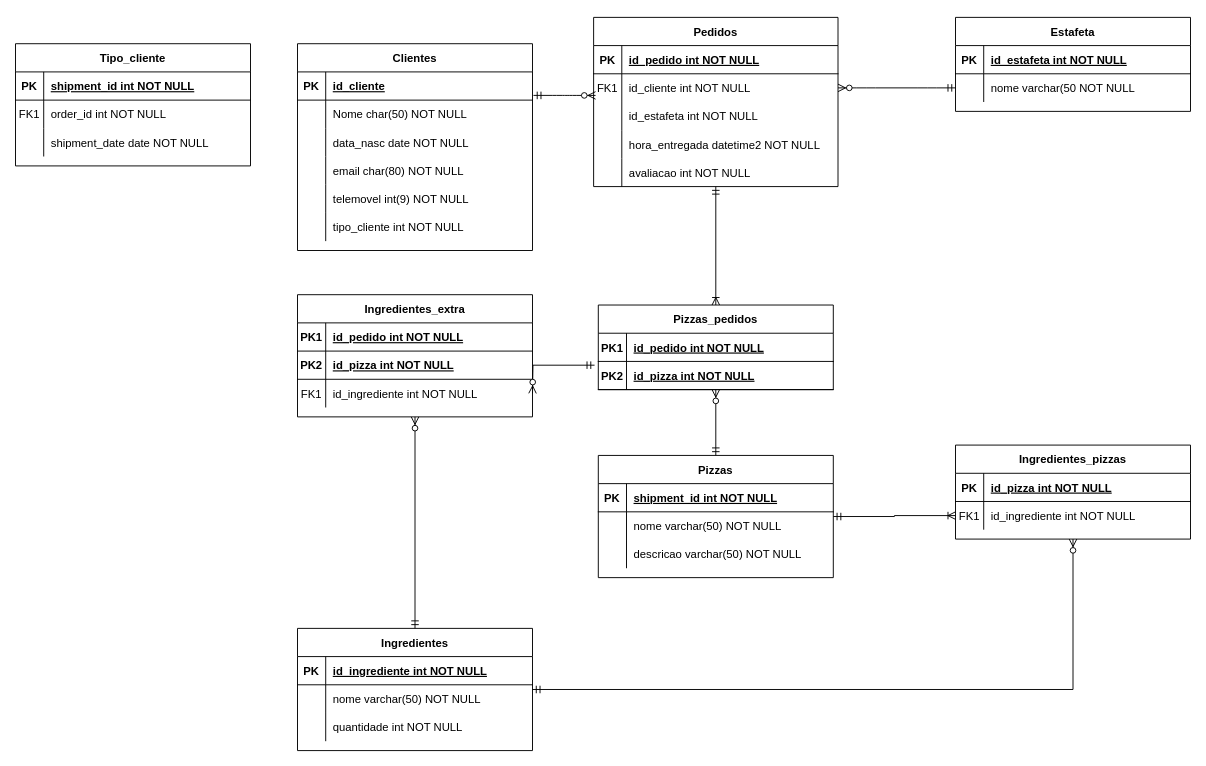
joaopereira7717/angularFreshStart keeps this draw.io diagram as Untitled Diagram.drawio. Above is the earlier version. Source tidied: cells renumbered, new cells numbered last; positions are measured from the earlier drawing's top-left corner, leaving out a move shared by most shapes. Both pictures are drawn from the tidied source at 94%, with x=0, y=0 at pixel (15, 17).
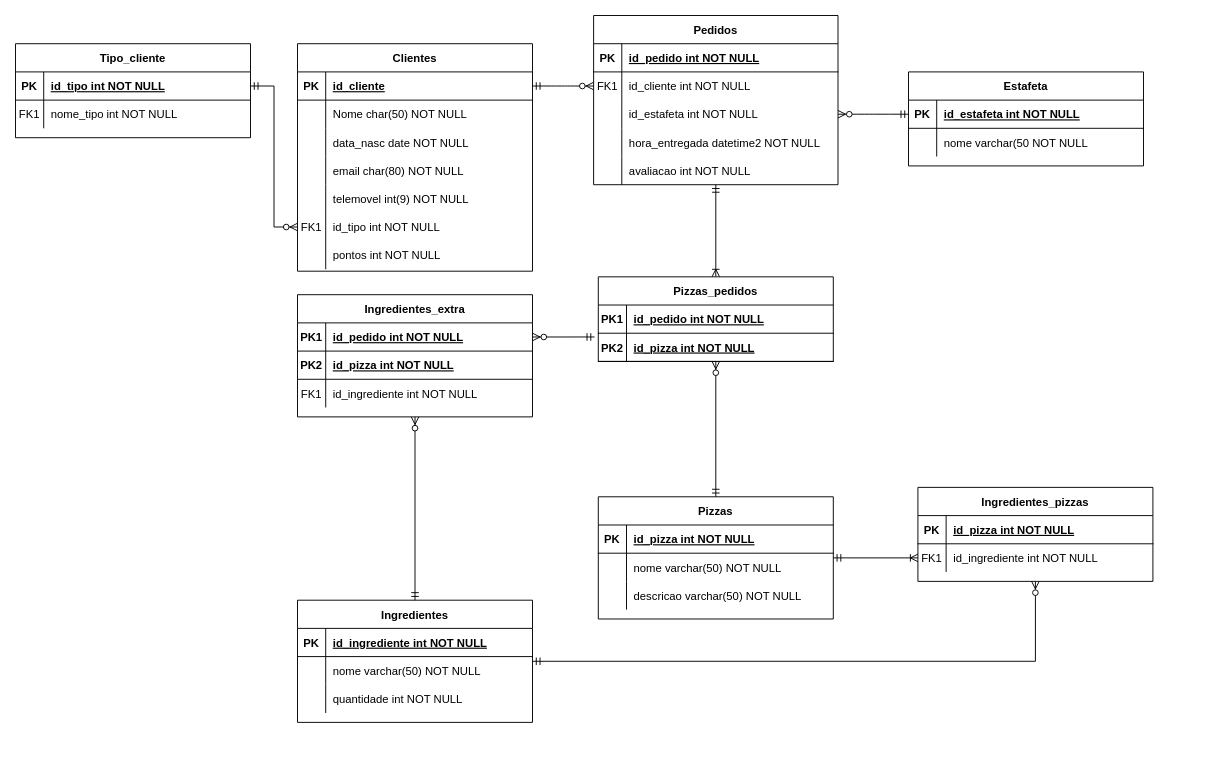
After the change.

Unchanged cells that the change refers to:
```xml
<mxCell id="7" style="shape=partialRectangle;fillColor=none;points=[[0,0.5],[1,0.5]];portConstraint=eastwest;top=0;left=0;right=0;bottom=0;" parent="3" vertex="1">
  <mxGeometry y="60" width="260" height="30" as="geometry" />
</mxCell>
<mxCell id="10" style="shape=partialRectangle;fillColor=none;points=[[0,0.5],[1,0.5]];portConstraint=eastwest;top=0;left=0;right=0;bottom=0;" parent="3" vertex="1">
  <mxGeometry y="90" width="260" height="30" as="geometry" />
</mxCell>
<mxCell id="20" style="shape=partialRectangle;fillColor=none;top=0;left=0;right=0;bottom=1;" parent="19" vertex="1">
  <mxGeometry y="30" width="250" height="30" as="geometry" />
</mxCell>
<mxCell id="30" style="shape=partialRectangle;fillColor=none;points=[[0,0.5],[1,0.5]];portConstraint=eastwest;top=0;left=0;right=0;bottom=1;" parent="29" vertex="1">
  <mxGeometry y="30" width="250" height="30" as="geometry" />
</mxCell>
<mxCell id="45" style="shape=partialRectangle;fillColor=none;points=[[0,0.5],[1,0.5]];portConstraint=eastwest;top=0;left=0;right=0;bottom=0;" parent="29" vertex="1">
  <mxGeometry y="180" width="250" height="30" as="geometry" />
</mxCell>
<mxCell id="49" style="shape=partialRectangle;fillColor=none;points=[[0,0.5],[1,0.5]];portConstraint=eastwest;top=0;left=0;right=0;bottom=1;" parent="48" vertex="1">
  <mxGeometry y="30" width="250" height="30" as="geometry" />
</mxCell>
<mxCell id="52" style="shape=partialRectangle;fillColor=none;points=[[0,0.5],[1,0.5]];portConstraint=eastwest;top=0;left=0;right=0;bottom=0;" parent="48" vertex="1">
  <mxGeometry y="60" width="250" height="30" as="geometry" />
</mxCell>
<mxCell id="68" style="shape=partialRectangle;fillColor=none;points=[[0,0.5],[1,0.5]];portConstraint=eastwest;top=0;left=0;right=0;bottom=1;" parent="67" vertex="1">
  <mxGeometry y="30" width="250" height="30" as="geometry" />
</mxCell>
<mxCell id="83" style="shape=partialRectangle;fillColor=none;points=[[0,0.5],[1,0.5]];portConstraint=eastwest;top=0;left=0;right=0;bottom=1;" parent="79" vertex="1">
  <mxGeometry y="60" width="250" height="30" as="geometry" />
</mxCell>
<mxCell id="97" style="shape=partialRectangle;fillColor=none;points=[[0,0.5],[1,0.5]];portConstraint=eastwest;top=0;left=0;right=0;bottom=1;" parent="96" vertex="1">
  <mxGeometry y="30" width="250" height="30" as="geometry" />
</mxCell>
<mxCell id="100" style="shape=partialRectangle;fillColor=none;top=0;left=0;right=0;bottom=0;" parent="96" vertex="1">
  <mxGeometry y="60" width="250" height="30" as="geometry" />
</mxCell>
```

Change to the diagram source:
```diff
@@
     <mxCell id="3" value="Pedidos" style="shape=table;startSize=30;childLayout=tableLayout;rowLines=0;fontStyle=1;align=center;" parent="1" vertex="1">
-      <mxGeometry x="615" width="260" height="180" as="geometry" />
+      <mxGeometry x="615" y="-2" width="260" height="180" as="geometry" />
     </mxCell>
@@
     <mxCell id="19" value="Pizzas" style="shape=table;startSize=30;childLayout=tableLayout;rowLines=0;fontStyle=1;align=center;" parent="1" vertex="1">
-      <mxGeometry x="620" y="466" width="250" height="130" as="geometry" />
+      <mxGeometry x="620" y="510" width="250" height="130" as="geometry" />
     </mxCell>
@@
-    <mxCell id="22" value="shipment_id int NOT NULL " style="shape=partialRectangle;overflow=hidden;fillColor=none;top=0;left=0;bottom=0;right=0;align=left;spacingLeft=6;fontStyle=5;" parent="20" vertex="1">
+    <mxCell id="22" value="id_pizza int NOT NULL " style="shape=partialRectangle;overflow=hidden;fillColor=none;top=0;left=0;bottom=0;right=0;align=left;spacingLeft=6;fontStyle=5;" parent="20" vertex="1">
       <mxGeometry x="30" width="220" height="30" as="geometry" />
     </mxCell>
@@
     <mxCell id="29" value="Clientes" style="shape=table;startSize=30;childLayout=tableLayout;rowLines=0;fontStyle=1;align=center;" parent="1" vertex="1">
-      <mxGeometry x="300" y="28" width="250" height="220" as="geometry" />
+      <mxGeometry x="300" y="28" width="250" height="242" as="geometry" />
     </mxCell>
@@
-    <mxCell id="46" style="shape=partialRectangle;overflow=hidden;fillColor=none;top=0;left=0;bottom=0;right=0;" parent="45" vertex="1">
+    <mxCell id="46" value="FK1" style="shape=partialRectangle;overflow=hidden;fillColor=none;top=0;left=0;bottom=0;right=0;" parent="45" vertex="1">
       <mxGeometry width="30" height="30" as="geometry" />
     </mxCell>
-    <mxCell id="47" value="tipo_cliente int NOT NULL" style="shape=partialRectangle;overflow=hidden;fillColor=none;top=0;left=0;bottom=0;right=0;align=left;spacingLeft=6;" parent="45" vertex="1">
+    <mxCell id="47" value="id_tipo int NOT NULL" style="shape=partialRectangle;overflow=hidden;fillColor=none;top=0;left=0;bottom=0;right=0;align=left;spacingLeft=6;" parent="45" vertex="1">
       <mxGeometry x="30" width="220" height="30" as="geometry" />
     </mxCell>
+    <mxCell id="106" style="shape=partialRectangle;fillColor=none;top=0;left=0;right=0;bottom=0;" parent="29" vertex="1">
+      <mxGeometry y="210" width="250" height="30" as="geometry" />
+    </mxCell>
+    <mxCell id="104" style="shape=partialRectangle;overflow=hidden;fillColor=none;top=0;left=0;bottom=0;right=0;" parent="106" vertex="1">
+      <mxGeometry width="30" height="30" as="geometry" />
+    </mxCell>
+    <mxCell id="107" value="pontos int NOT NULL" style="shape=partialRectangle;overflow=hidden;fillColor=none;top=0;left=0;bottom=0;right=0;align=left;spacingLeft=6;" parent="106" vertex="1">
+      <mxGeometry x="30" width="220" height="30" as="geometry" />
+    </mxCell>
     <mxCell id="48" value="Estafeta" style="shape=table;startSize=30;childLayout=tableLayout;rowLines=0;fontStyle=1;align=center;" parent="1" vertex="1">
-      <mxGeometry x="1000" width="250" height="100" as="geometry" />
+      <mxGeometry x="950" y="58" width="250" height="100" as="geometry" />
     </mxCell>
@@
     <mxCell id="56" value="Ingredientes" style="shape=table;startSize=30;childLayout=tableLayout;rowLines=0;fontStyle=1;align=center;" parent="1" vertex="1">
-      <mxGeometry x="300" y="650" width="250" height="130" as="geometry" />
+      <mxGeometry x="300" y="620" width="250" height="130" as="geometry" />
     </mxCell>
@@
-    <mxCell id="77" style="edgeStyle=entityRelationEdgeStyle;fontSize=12;html=1;endArrow=ERzeroToMany;entryX=1;entryY=0.5;entryDx=0;entryDy=0;startArrow=ERmandOne;startFill=0;endFill=1;" parent="1" edge="1" source="52" target="7">
+    <mxCell id="77" style="edgeStyle=entityRelationEdgeStyle;fontSize=12;html=1;endArrow=ERzeroToMany;entryX=1;entryY=0.5;entryDx=0;entryDy=0;startArrow=ERmandOne;startFill=0;endFill=1;exitX=0;exitY=0.5;exitDx=0;exitDy=0;" parent="1" edge="1" source="49" target="10">
       <mxGeometry relative="1" as="geometry" />
     </mxCell>
@@
     <mxCell id="79" value="Pizzas_pedidos" style="shape=table;startSize=30;childLayout=tableLayout;rowLines=0;fontStyle=1;align=center;" parent="1" vertex="1">
-      <mxGeometry x="620" y="306" width="250" height="90" as="geometry" />
+      <mxGeometry x="620" y="276" width="250" height="90" as="geometry" />
     </mxCell>
@@
-    <mxCell id="86" style="edgeStyle=entityRelationEdgeStyle;fontSize=12;html=1;endArrow=ERzeroToMany;startArrow=ERmandOne;entryX=0.008;entryY=0.767;entryDx=0;entryDy=0;entryPerimeter=0;exitX=1.004;exitY=0.833;exitDx=0;exitDy=0;exitPerimeter=0;endFill=1;" parent="1" edge="1" source="30" target="7">
+    <mxCell id="86" style="edgeStyle=entityRelationEdgeStyle;fontSize=12;html=1;endArrow=ERzeroToMany;startArrow=ERmandOne;entryX=0;entryY=0.5;entryDx=0;entryDy=0;exitX=1;exitY=0.5;exitDx=0;exitDy=0;endFill=1;" parent="1" edge="1" source="30" target="7">
       <mxGeometry relative="1" as="geometry" />
     </mxCell>
     <mxCell id="87" value="Ingredientes_pizzas" style="shape=table;startSize=30;childLayout=tableLayout;rowLines=0;fontStyle=1;align=center;" parent="1" vertex="1">
-      <mxGeometry x="1000" y="455" width="250" height="100" as="geometry" />
+      <mxGeometry x="960" y="500" width="250" height="100" as="geometry" />
     </mxCell>
@@
-    <mxCell id="94" style="edgeStyle=orthogonalEdgeStyle;rounded=0;jettySize=auto;html=1;startArrow=ERmandOne;startFill=0;endArrow=ERzeroToMany;endFill=1;exitX=-0.016;exitY=0.133;exitDx=0;exitDy=0;exitPerimeter=0;" parent="1" edge="1" source="83">
-      <mxGeometry relative="1" as="geometry">
-        <mxPoint x="550" y="400" as="targetPoint" />
-      </mxGeometry>
+    <mxCell id="94" style="edgeStyle=orthogonalEdgeStyle;rounded=0;jettySize=auto;html=1;startArrow=ERmandOne;startFill=0;endArrow=ERzeroToMany;endFill=1;exitX=-0.016;exitY=0.133;exitDx=0;exitDy=0;exitPerimeter=0;entryX=1;entryY=0.5;entryDx=0;entryDy=0;" parent="1" edge="1" source="83" target="68">
+      <mxGeometry relative="1" as="geometry" />
     </mxCell>
@@
     <mxCell id="96" value="Tipo_cliente" style="shape=table;startSize=30;childLayout=tableLayout;rowLines=0;fontStyle=1;align=center;" parent="1" vertex="1">
-      <mxGeometry y="28" width="250" height="130" as="geometry" />
+      <mxGeometry y="28" width="250" height="100" as="geometry" />
     </mxCell>
@@
-    <mxCell id="99" value="shipment_id int NOT NULL " style="shape=partialRectangle;overflow=hidden;fillColor=none;top=0;left=0;bottom=0;right=0;align=left;spacingLeft=6;fontStyle=5;" parent="97" vertex="1">
+    <mxCell id="99" value="id_tipo int NOT NULL " style="shape=partialRectangle;overflow=hidden;fillColor=none;top=0;left=0;bottom=0;right=0;align=left;spacingLeft=6;fontStyle=5;" parent="97" vertex="1">
       <mxGeometry x="30" width="220" height="30" as="geometry" />
     </mxCell>
@@
-    <mxCell id="102" value="order_id int NOT NULL" style="shape=partialRectangle;overflow=hidden;fillColor=none;top=0;left=0;bottom=0;right=0;align=left;spacingLeft=6;" parent="100" vertex="1">
+    <mxCell id="102" value="nome_tipo int NOT NULL" style="shape=partialRectangle;overflow=hidden;fillColor=none;top=0;left=0;bottom=0;right=0;align=left;spacingLeft=6;" parent="100" vertex="1">
       <mxGeometry x="30" width="220" height="30" as="geometry" />
     </mxCell>
-    <mxCell id="103" style="shape=partialRectangle;fillColor=none;top=0;left=0;right=0;bottom=0;" parent="96" vertex="1">
-      <mxGeometry y="90" width="250" height="30" as="geometry" />
-    </mxCell>
-    <mxCell id="104" style="shape=partialRectangle;overflow=hidden;fillColor=none;top=0;left=0;bottom=0;right=0;" parent="103" vertex="1">
-      <mxGeometry width="30" height="30" as="geometry" />
-    </mxCell>
-    <mxCell id="105" value="shipment_date date NOT NULL" style="shape=partialRectangle;overflow=hidden;fillColor=none;top=0;left=0;bottom=0;right=0;align=left;spacingLeft=6;" parent="103" vertex="1">
-      <mxGeometry x="30" width="220" height="30" as="geometry" />
-    </mxCell>
+    <mxCell id="108" style="edgeStyle=orthogonalEdgeStyle;rounded=0;jettySize=auto;html=1;entryX=0;entryY=0.5;entryDx=0;entryDy=0;startArrow=ERmandOne;startFill=0;endArrow=ERzeroToMany;endFill=1;" parent="1" edge="1" source="97" target="45">
+      <mxGeometry relative="1" as="geometry" />
+    </mxCell>
```
